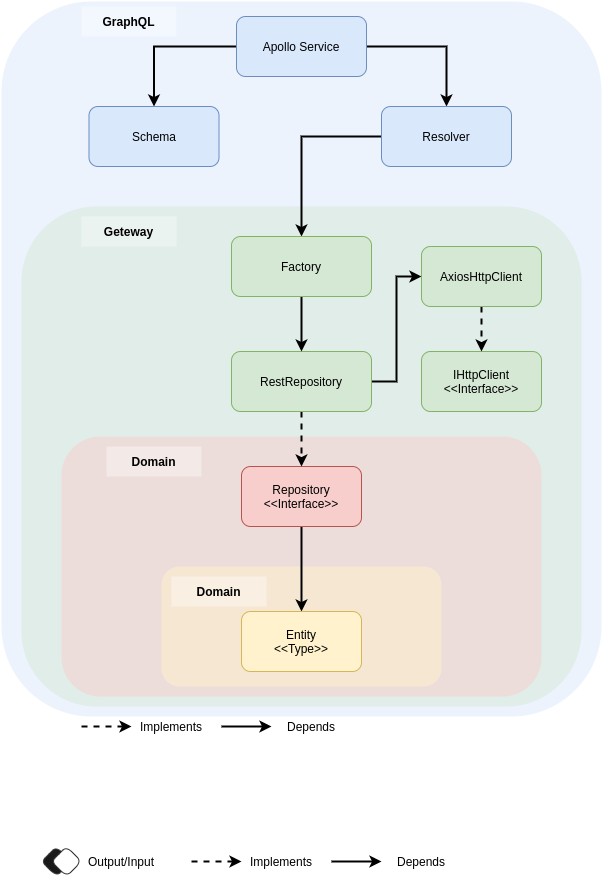
This is images/gateway-api-architecture.png from thiago-nascimento-ti/ecommerce-clean-architecture, a draw.io export, as it was before one commit. Source tidied: cells renumbered, new cells last; positions are measured from the earlier drawing's top-left corner, leaving out a move shared by most shapes.
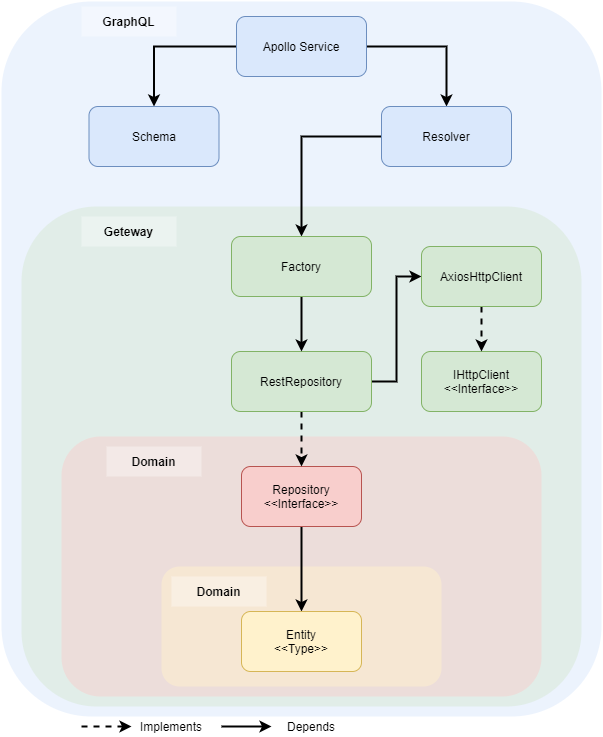
Later version of the same file.

Change to the diagram source:
```diff
@@ -62,33 +62,6 @@
     <mxCell id="21" value="Domain" style="text;html=1;align=center;verticalAlign=middle;whiteSpace=wrap;rounded=0;opacity=35;fontStyle=1;fillColor=#ffffff;" parent="1" vertex="1">
       <mxGeometry x="170" y="575" width="95" height="30" as="geometry" />
     </mxCell>
-    <mxCell id="22" style="rhombus;whiteSpace=wrap;html=1;rounded=1;opacity=90;strokeColor=#333333;fillColor=#000000;" parent="1" vertex="1">
-      <mxGeometry x="40" y="845" width="30" height="30" as="geometry" />
-    </mxCell>
-    <mxCell id="23" value="Output/Input" style="text;html=1;strokeColor=none;fillColor=none;align=center;verticalAlign=middle;whiteSpace=wrap;rounded=0;" parent="1" vertex="1">
-      <mxGeometry x="80" y="850" width="80" height="20" as="geometry" />
-    </mxCell>
-    <mxCell id="24" style="rhombus;whiteSpace=wrap;html=1;rounded=1;strokeColor=#333333;arcSize=17;fillColor=#FFFFFF;" parent="1" vertex="1">
-      <mxGeometry x="50" y="845" width="30" height="30" as="geometry" />
-    </mxCell>
-    <mxCell id="25" style="edgeStyle=orthogonalEdgeStyle;rounded=0;orthogonalLoop=1;jettySize=auto;html=1;dashed=1;strokeColor=#000000;strokeWidth=2;" parent="1" edge="1">
-      <mxGeometry relative="1" as="geometry">
-        <mxPoint x="190" y="860" as="sourcePoint" />
-        <mxPoint x="240" y="860" as="targetPoint" />
-      </mxGeometry>
-    </mxCell>
-    <mxCell id="26" value="Implements" style="text;html=1;strokeColor=none;fillColor=none;align=center;verticalAlign=middle;whiteSpace=wrap;rounded=0;" parent="1" vertex="1">
-      <mxGeometry x="240" y="850" width="80" height="20" as="geometry" />
-    </mxCell>
-    <mxCell id="27" style="edgeStyle=orthogonalEdgeStyle;rounded=0;orthogonalLoop=1;jettySize=auto;html=1;strokeColor=#000000;strokeWidth=2;" parent="1" edge="1">
-      <mxGeometry relative="1" as="geometry">
-        <mxPoint x="330" y="860" as="sourcePoint" />
-        <mxPoint x="380" y="860" as="targetPoint" />
-      </mxGeometry>
-    </mxCell>
-    <mxCell id="28" value="Depends" style="text;html=1;strokeColor=none;fillColor=none;align=center;verticalAlign=middle;whiteSpace=wrap;rounded=0;" parent="1" vertex="1">
-      <mxGeometry x="380" y="850" width="80" height="20" as="geometry" />
-    </mxCell>
     <mxCell id="29" style="edgeStyle=orthogonalEdgeStyle;rounded=0;jettySize=auto;html=1;entryX=0.5;entryY=0;entryDx=0;entryDy=0;startArrow=none;startFill=0;endArrow=classic;endFill=1;strokeColor=#000000;strokeWidth=2;" parent="1" edge="1" source="30" target="37">
       <mxGeometry relative="1" as="geometry" />
     </mxCell>
```
